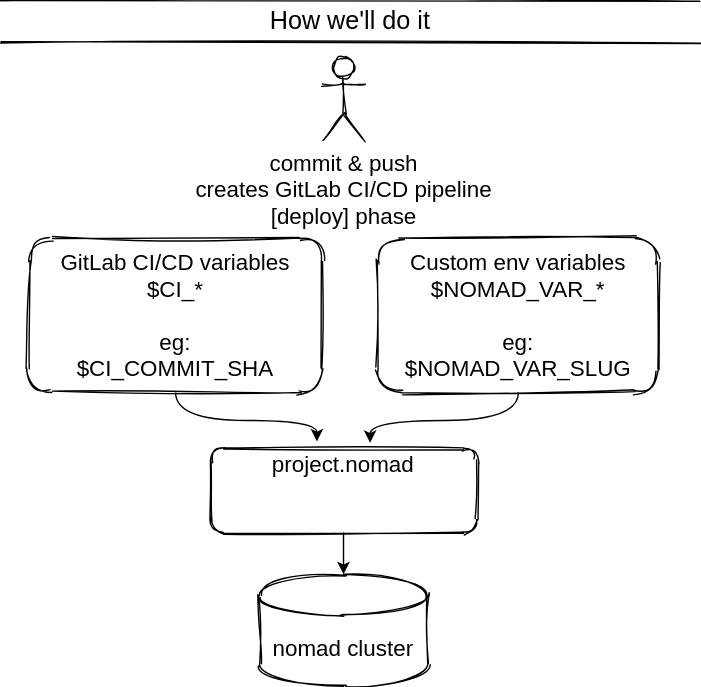
The draw.io diagram images/howB.drawio.svg in traceypooh/slides, before a commit. Source tidied: cells renumbered, new cells last; positions are measured from the earlier drawing's top-left corner, leaving out a move shared by most shapes. Its diagram source:
```xml
<mxGraphModel>
  <root>
    <mxCell id="0" />
    <mxCell id="1" parent="0" />
    <mxCell id="2" style="edgeStyle=orthogonalEdgeStyle;jettySize=auto;html=1;curved=1;entryX=0.4;entryY=-0.083;entryDx=0;entryDy=0;entryPerimeter=0;" parent="1" edge="1" source="3" target="7">
      <mxGeometry relative="1" as="geometry" />
    </mxCell>
    <mxCell id="3" value="&lt;font style=&quot;font-size: 16px&quot;&gt;GitLab CI/CD variables&lt;br&gt;$CI_*&lt;br&gt;&lt;br&gt;eg:&lt;br&gt;$CI_COMMIT_SHA&lt;br&gt;&lt;/font&gt;" style="rounded=1;whiteSpace=wrap;html=1;shadow=0;sketch=1;" parent="1" vertex="1">
      <mxGeometry x="20" y="170" width="210" height="110" as="geometry" />
    </mxCell>
    <mxCell id="4" style="edgeStyle=orthogonalEdgeStyle;curved=1;jettySize=auto;html=1;entryX=0.6;entryY=-0.067;entryDx=0;entryDy=0;entryPerimeter=0;" parent="1" edge="1" source="5" target="7">
      <mxGeometry relative="1" as="geometry" />
    </mxCell>
    <mxCell id="5" value="&lt;font style=&quot;font-size: 16px&quot;&gt;Custom env variables&lt;br&gt;$NOMAD_VAR_*&lt;br&gt;&lt;br&gt;eg:&lt;br&gt;$NOMAD_VAR_SLUG&lt;br&gt;&lt;/font&gt;" style="rounded=1;whiteSpace=wrap;html=1;shadow=0;sketch=1;" parent="1" vertex="1">
      <mxGeometry x="270" y="170" width="200" height="110" as="geometry" />
    </mxCell>
    <mxCell id="6" style="edgeStyle=orthogonalEdgeStyle;curved=1;jettySize=auto;html=1;entryX=0.5;entryY=0;entryDx=0;entryDy=0;entryPerimeter=0;" parent="1" edge="1" source="7" target="8">
      <mxGeometry relative="1" as="geometry" />
    </mxCell>
    <mxCell id="7" value="&lt;font style=&quot;font-size: 16px&quot;&gt;project.nomad&lt;br&gt;&lt;br&gt;&lt;br&gt;&lt;/font&gt;" style="rounded=1;whiteSpace=wrap;html=1;sketch=1;" parent="1" vertex="1">
      <mxGeometry x="150" y="320" width="190" height="60" as="geometry" />
    </mxCell>
    <mxCell id="8" value="&lt;font style=&quot;font-size: 16px&quot;&gt;nomad cluster&lt;/font&gt;" style="shape=cylinder3;whiteSpace=wrap;html=1;boundedLbl=1;backgroundOutline=1;size=15;rounded=1;shadow=0;sketch=1;" parent="1" vertex="1">
      <mxGeometry x="185" y="410" width="120" height="80" as="geometry" />
    </mxCell>
    <mxCell id="9" value="&lt;font style=&quot;font-size: 16px&quot;&gt;commit &amp;amp; push&lt;br&gt;creates GitLab CI/CD pipeline&lt;br&gt;[deploy] phase&lt;/font&gt;" style="shape=umlActor;verticalLabelPosition=bottom;verticalAlign=top;html=1;rounded=1;shadow=0;sketch=1;" parent="1" vertex="1">
      <mxGeometry x="230" y="40" width="30" height="60" as="geometry" />
    </mxCell>
    <mxCell id="10" value="&lt;font style=&quot;font-size: 18px&quot;&gt;How we'll do it&lt;/font&gt;" style="shape=partialRectangle;whiteSpace=wrap;html=1;left=0;right=0;fillColor=none;rounded=1;shadow=0;sketch=1;" parent="1" vertex="1">
      <mxGeometry width="500" height="30" as="geometry" />
    </mxCell>
  </root>
</mxGraphModel>
```
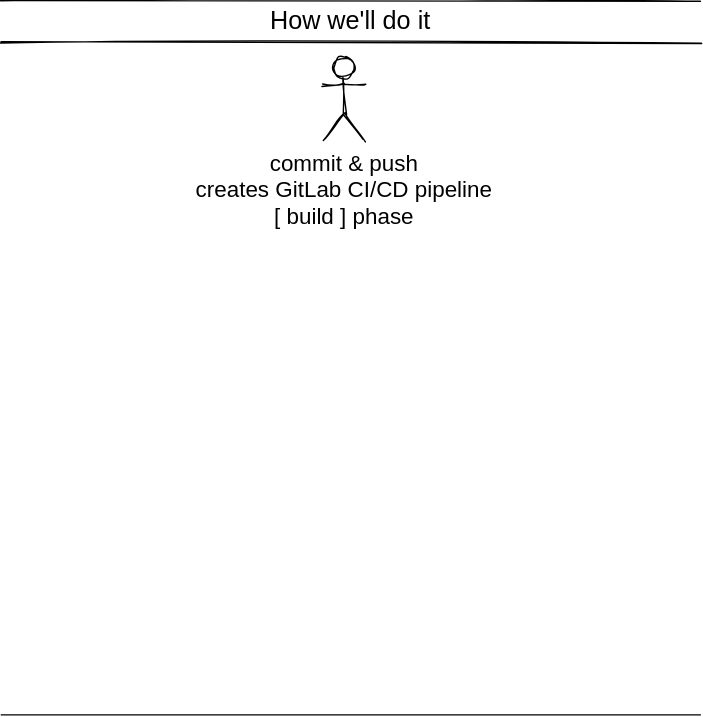
After the change.

Diff of the diagram source:
```diff
@@ -2,32 +2,17 @@
   <root>
     <mxCell id="0" />
     <mxCell id="1" parent="0" />
-    <mxCell id="2" style="edgeStyle=orthogonalEdgeStyle;jettySize=auto;html=1;curved=1;entryX=0.4;entryY=-0.083;entryDx=0;entryDy=0;entryPerimeter=0;" parent="1" edge="1" source="3" target="7">
-      <mxGeometry relative="1" as="geometry" />
-    </mxCell>
-    <mxCell id="3" value="&lt;font style=&quot;font-size: 16px&quot;&gt;GitLab CI/CD variables&lt;br&gt;$CI_*&lt;br&gt;&lt;br&gt;eg:&lt;br&gt;$CI_COMMIT_SHA&lt;br&gt;&lt;/font&gt;" style="rounded=1;whiteSpace=wrap;html=1;shadow=0;sketch=1;" parent="1" vertex="1">
-      <mxGeometry x="20" y="170" width="210" height="110" as="geometry" />
-    </mxCell>
-    <mxCell id="4" style="edgeStyle=orthogonalEdgeStyle;curved=1;jettySize=auto;html=1;entryX=0.6;entryY=-0.067;entryDx=0;entryDy=0;entryPerimeter=0;" parent="1" edge="1" source="5" target="7">
-      <mxGeometry relative="1" as="geometry" />
-    </mxCell>
-    <mxCell id="5" value="&lt;font style=&quot;font-size: 16px&quot;&gt;Custom env variables&lt;br&gt;$NOMAD_VAR_*&lt;br&gt;&lt;br&gt;eg:&lt;br&gt;$NOMAD_VAR_SLUG&lt;br&gt;&lt;/font&gt;" style="rounded=1;whiteSpace=wrap;html=1;shadow=0;sketch=1;" parent="1" vertex="1">
-      <mxGeometry x="270" y="170" width="200" height="110" as="geometry" />
-    </mxCell>
-    <mxCell id="6" style="edgeStyle=orthogonalEdgeStyle;curved=1;jettySize=auto;html=1;entryX=0.5;entryY=0;entryDx=0;entryDy=0;entryPerimeter=0;" parent="1" edge="1" source="7" target="8">
-      <mxGeometry relative="1" as="geometry" />
-    </mxCell>
-    <mxCell id="7" value="&lt;font style=&quot;font-size: 16px&quot;&gt;project.nomad&lt;br&gt;&lt;br&gt;&lt;br&gt;&lt;/font&gt;" style="rounded=1;whiteSpace=wrap;html=1;sketch=1;" parent="1" vertex="1">
-      <mxGeometry x="150" y="320" width="190" height="60" as="geometry" />
-    </mxCell>
-    <mxCell id="8" value="&lt;font style=&quot;font-size: 16px&quot;&gt;nomad cluster&lt;/font&gt;" style="shape=cylinder3;whiteSpace=wrap;html=1;boundedLbl=1;backgroundOutline=1;size=15;rounded=1;shadow=0;sketch=1;" parent="1" vertex="1">
-      <mxGeometry x="185" y="410" width="120" height="80" as="geometry" />
-    </mxCell>
-    <mxCell id="9" value="&lt;font style=&quot;font-size: 16px&quot;&gt;commit &amp;amp; push&lt;br&gt;creates GitLab CI/CD pipeline&lt;br&gt;[deploy] phase&lt;/font&gt;" style="shape=umlActor;verticalLabelPosition=bottom;verticalAlign=top;html=1;rounded=1;shadow=0;sketch=1;" parent="1" vertex="1">
+    <mxCell id="9" value="&lt;font style=&quot;font-size: 16px&quot;&gt;commit &amp;amp; push&lt;br&gt;creates GitLab CI/CD pipeline&lt;br&gt;[ build ] phase&lt;/font&gt;" style="shape=umlActor;verticalLabelPosition=bottom;verticalAlign=top;html=1;rounded=1;shadow=0;sketch=1;" parent="1" vertex="1">
       <mxGeometry x="230" y="40" width="30" height="60" as="geometry" />
     </mxCell>
     <mxCell id="10" value="&lt;font style=&quot;font-size: 18px&quot;&gt;How we'll do it&lt;/font&gt;" style="shape=partialRectangle;whiteSpace=wrap;html=1;left=0;right=0;fillColor=none;rounded=1;shadow=0;sketch=1;" parent="1" vertex="1">
       <mxGeometry width="500" height="30" as="geometry" />
     </mxCell>
+    <mxCell id="11" style="endArrow=none;html=1;entryX=1;entryY=1;entryDx=0;entryDy=0;exitX=0;exitY=1;exitDx=0;exitDy=0;" parent="1" edge="1">
+      <mxGeometry relative="1" as="geometry">
+        <mxPoint y="510" as="sourcePoint" />
+        <mxPoint x="500" y="510" as="targetPoint" />
+      </mxGeometry>
+    </mxCell>
   </root>
 </mxGraphModel>
```
